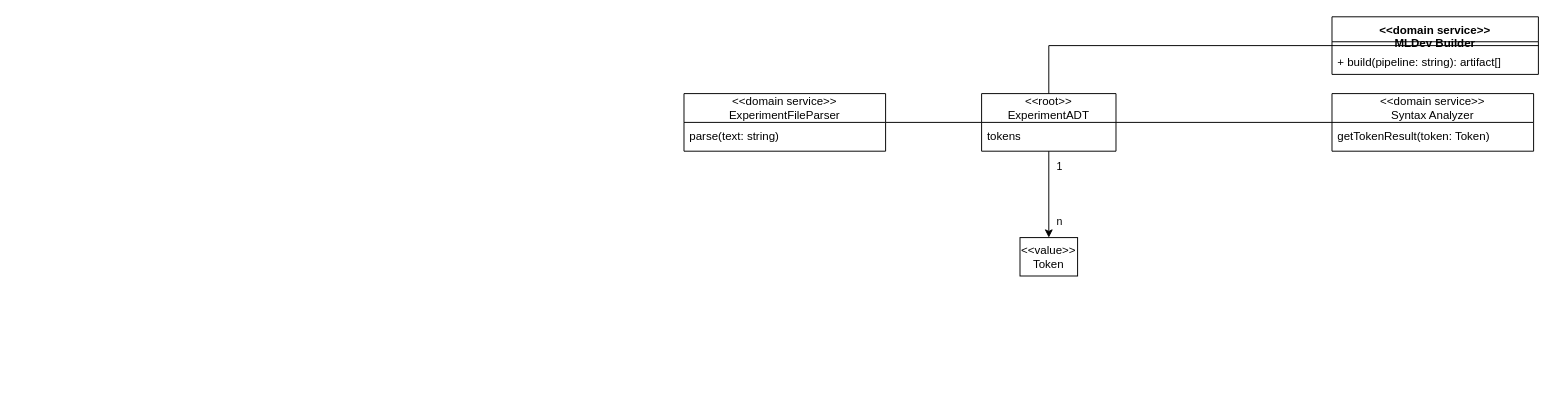
This is page "ExperimentADT" (3 of 5) of docs/source/Task_9_DDD.drawio from Iluhander/droptableusers, a draw.io file, before an edit. Source tidied: cells renumbered, new cells numbered last; positions are measured from the earlier drawing's top-left corner, leaving out a move shared by most shapes. Both pictures are drawn from the tidied source at 96%, with x=0, y=0 at pixel (684, 16).
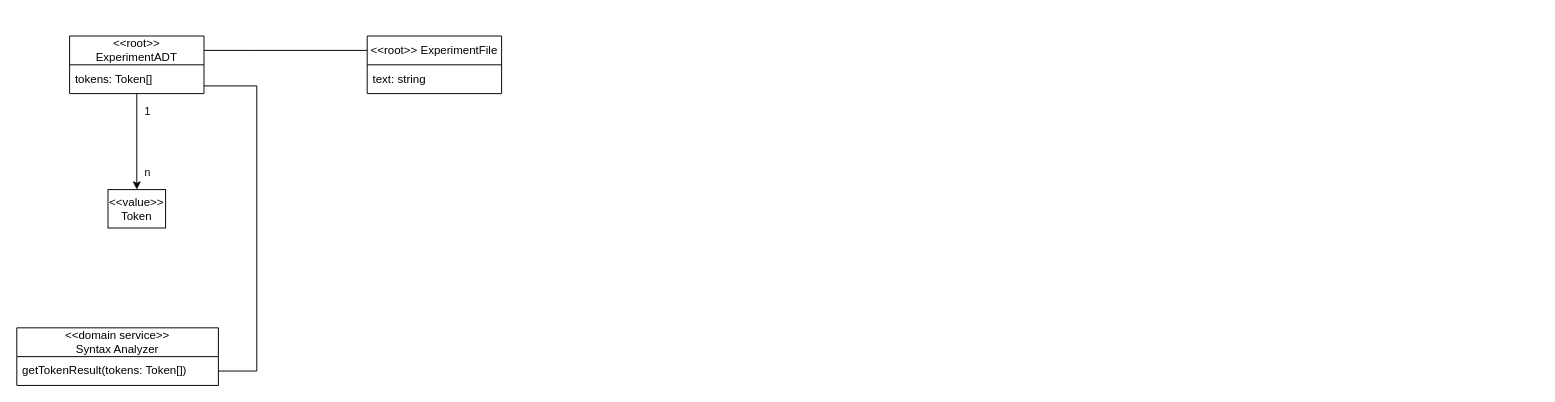
Above is the later version.

Diff of the diagram source:
```diff
@@
 <mxGraphModel>
   <root>
     <mxCell id="0" />
     <mxCell id="1" parent="0" />
     <mxCell id="2" value="&amp;lt;&amp;lt;value&amp;gt;&amp;gt; Token" style="rounded=0;whiteSpace=wrap;html=1;align=center;verticalAlign=top;direction=south;" parent="1" vertex="1">
-      <mxGeometry x="350" y="230" width="60" height="40" as="geometry" />
+      <mxGeometry x="-600" y="180" width="60" height="40" as="geometry" />
     </mxCell>
     <mxCell id="3" style="edgeStyle=orthogonalEdgeStyle;rounded=0;jettySize=auto;html=1;" parent="1" edge="1" source="6" target="2">
       <mxGeometry relative="1" as="geometry" />
     </mxCell>
     <mxCell id="4" value="n" style="edgeLabel;html=1;align=center;verticalAlign=middle;" parent="3" vertex="1">
       <mxGeometry x="0.74" y="-1" relative="1" as="geometry">
         <mxPoint x="11" y="-6" as="offset" />
       </mxGeometry>
     </mxCell>
     <mxCell id="5" value="1" style="edgeLabel;html=1;align=center;verticalAlign=middle;" parent="3" vertex="1">
       <mxGeometry x="-0.46" relative="1" as="geometry">
         <mxPoint x="10" y="-9" as="offset" />
       </mxGeometry>
     </mxCell>
     <mxCell id="6" value="&amp;lt;&amp;lt;root&amp;gt;&amp;gt;&lt;div&gt;ExperimentADT&lt;/div&gt;" style="swimlane;fontStyle=0;horizontal=1;startSize=30;whiteSpace=wrap;html=1;" parent="1" vertex="1">
-      <mxGeometry x="310" y="80" width="140" height="60" as="geometry" />
+      <mxGeometry x="-640" y="20" width="140" height="60" as="geometry" />
     </mxCell>
-    <mxCell id="7" value="tokens" style="text;strokeColor=none;fillColor=none;align=left;verticalAlign=middle;spacingLeft=4;spacingRight=4;overflow=hidden;whiteSpace=wrap;html=1;" parent="6" vertex="1">
-      <mxGeometry y="30" width="140" height="30" as="geometry" />
-    </mxCell>
+    <mxCell id="18" value="tokens: Token[]" style="text;strokeColor=none;fillColor=none;align=left;verticalAlign=middle;spacingLeft=4;spacingRight=4;overflow=hidden;whiteSpace=wrap;html=1;" parent="6" vertex="1">
+      <mxGeometry y="30" width="140" height="30" as="geometry" />
+    </mxCell>
     <mxCell id="8" value="&lt;div&gt;&amp;lt;&amp;lt;domain service&amp;gt;&amp;gt;&lt;/div&gt;Syntax Analyzer" style="swimlane;fontStyle=0;horizontal=1;startSize=30;whiteSpace=wrap;html=1;" parent="1" vertex="1">
-      <mxGeometry x="675" y="80" width="210" height="60" as="geometry" />
+      <mxGeometry x="-695" y="324" width="210" height="60" as="geometry" />
     </mxCell>
-    <mxCell id="9" value="getTokenResult(token: Token)" style="text;strokeColor=none;fillColor=none;align=left;verticalAlign=middle;spacingLeft=4;spacingRight=4;overflow=hidden;whiteSpace=wrap;html=1;" parent="8" vertex="1">
-      <mxGeometry y="30" width="210" height="30" as="geometry" />
-    </mxCell>
-    <mxCell id="10" style="edgeStyle=orthogonalEdgeStyle;rounded=0;jettySize=auto;html=1;entryX=0.5;entryY=0;entryDx=0;entryDy=0;endArrow=none;endFill=0;" parent="1" edge="1" source="11" target="6">
-      <mxGeometry relative="1" as="geometry" />
-    </mxCell>
-    <mxCell id="11" value="&lt;div&gt;&amp;lt;&amp;lt;domain service&amp;gt;&amp;gt;&lt;/div&gt;MLDev Builder" style="swimlane;fontStyle=1;align=center;verticalAlign=top;horizontal=1;startSize=26;whiteSpace=wrap;html=1;" parent="1" vertex="1">
-      <mxGeometry x="675" width="215" height="60" as="geometry" />
-    </mxCell>
-    <mxCell id="12" style="line;strokeWidth=1;fillColor=none;align=left;verticalAlign=middle;spacingTop=-1;spacingLeft=3;spacingRight=3;labelPosition=right;strokeColor=inherit;" parent="11" vertex="1">
-      <mxGeometry y="26" width="215" height="8" as="geometry" />
-    </mxCell>
-    <mxCell id="13" value="+ build(pipeline: string): artifact[]" style="text;strokeColor=none;fillColor=none;align=left;verticalAlign=top;spacingLeft=4;spacingRight=4;overflow=hidden;whiteSpace=wrap;html=1;" parent="11" vertex="1">
-      <mxGeometry y="34" width="215" height="26" as="geometry" />
-    </mxCell>
-    <mxCell id="14" style="edgeStyle=orthogonalEdgeStyle;rounded=0;jettySize=auto;html=1;endArrow=none;endFill=0;" parent="1" edge="1" source="8" target="6">
-      <mxGeometry relative="1" as="geometry" />
-    </mxCell>
-    <mxCell id="15" style="edgeStyle=orthogonalEdgeStyle;rounded=0;jettySize=auto;html=1;endArrow=none;endFill=0;" parent="1" edge="1" source="16" target="6">
-      <mxGeometry relative="1" as="geometry" />
-    </mxCell>
-    <mxCell id="16" value="&lt;div&gt;&amp;lt;&amp;lt;domain service&amp;gt;&amp;gt;&lt;/div&gt;ExperimentFileParser" style="swimlane;fontStyle=0;horizontal=1;startSize=30;whiteSpace=wrap;html=1;" parent="1" vertex="1">
-      <mxGeometry y="80" width="210" height="60" as="geometry" />
-    </mxCell>
-    <mxCell id="17" value="parse(text: string)" style="text;strokeColor=none;fillColor=none;align=left;verticalAlign=middle;spacingLeft=4;spacingRight=4;overflow=hidden;whiteSpace=wrap;html=1;" parent="16" vertex="1">
-      <mxGeometry y="30" width="210" height="30" as="geometry" />
-    </mxCell>
+    <mxCell id="19" value="getTokenResult(tokens: Token[])" style="text;strokeColor=none;fillColor=none;align=left;verticalAlign=middle;spacingLeft=4;spacingRight=4;overflow=hidden;points=[[0,0.5],[1,0.5]];portConstraint=eastwest;whiteSpace=wrap;html=1;" parent="8" vertex="1">
+      <mxGeometry y="30" width="210" height="30" as="geometry" />
+    </mxCell>
+    <mxCell id="20" value="&amp;lt;&amp;lt;root&amp;gt;&amp;gt; ExperimentFile" style="swimlane;fontStyle=0;horizontal=1;startSize=30;whiteSpace=wrap;html=1;" parent="1" vertex="1">
+      <mxGeometry x="-330" y="20" width="140" height="60" as="geometry" />
+    </mxCell>
+    <mxCell id="21" value="text: string" style="text;strokeColor=none;fillColor=none;align=left;verticalAlign=middle;spacingLeft=4;spacingRight=4;overflow=hidden;whiteSpace=wrap;html=1;" parent="20" vertex="1">
+      <mxGeometry y="30" width="140" height="30" as="geometry" />
+    </mxCell>
+    <mxCell id="22" style="edgeStyle=orthogonalEdgeStyle;rounded=0;jettySize=auto;html=1;endArrow=none;endFill=0;exitX=0;exitY=0.25;exitDx=0;exitDy=0;entryX=1;entryY=0.25;entryDx=0;entryDy=0;" parent="1" edge="1" source="20" target="6">
+      <mxGeometry relative="1" as="geometry">
+        <Array as="points">
+          <mxPoint x="-450" y="35" />
+          <mxPoint x="-450" y="35" />
+        </Array>
+      </mxGeometry>
+    </mxCell>
+    <mxCell id="23" style="edgeStyle=orthogonalEdgeStyle;rounded=0;jettySize=auto;html=1;endArrow=none;endFill=0;exitX=1;exitY=0.5;exitDx=0;exitDy=0;" parent="1" edge="1" source="19" target="6">
+      <mxGeometry relative="1" as="geometry">
+        <Array as="points">
+          <mxPoint x="-445" y="369" />
+          <mxPoint x="-445" y="72" />
+        </Array>
+      </mxGeometry>
+    </mxCell>
   </root>
 </mxGraphModel>
```
